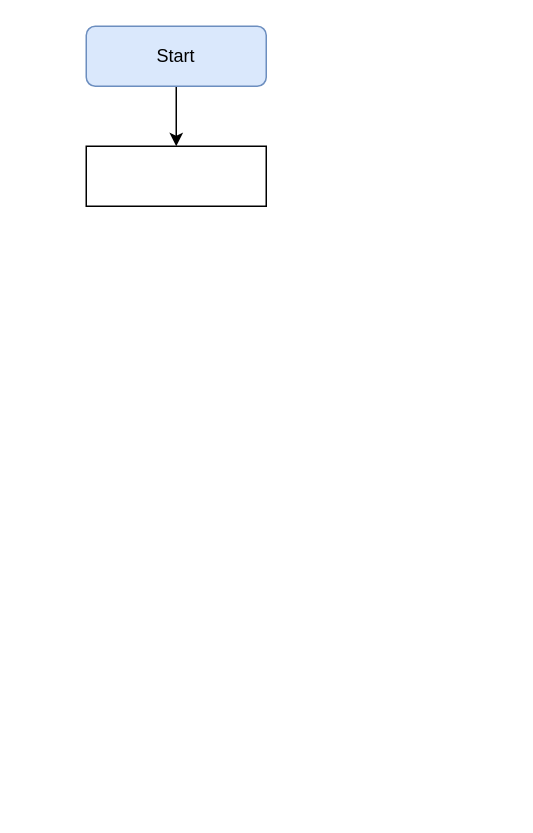
Earlier version of the draw.io diagram 기획서/차트/플로우차트/b1p2.drawio (taeseongeom/WA). Source tidied: cells renumbered, new cells numbered last; positions are measured from the earlier drawing's top-left corner, leaving out a move shared by most shapes. Both pictures are drawn from the tidied source at 150%, with x=0, y=0 at pixel (86, 26).
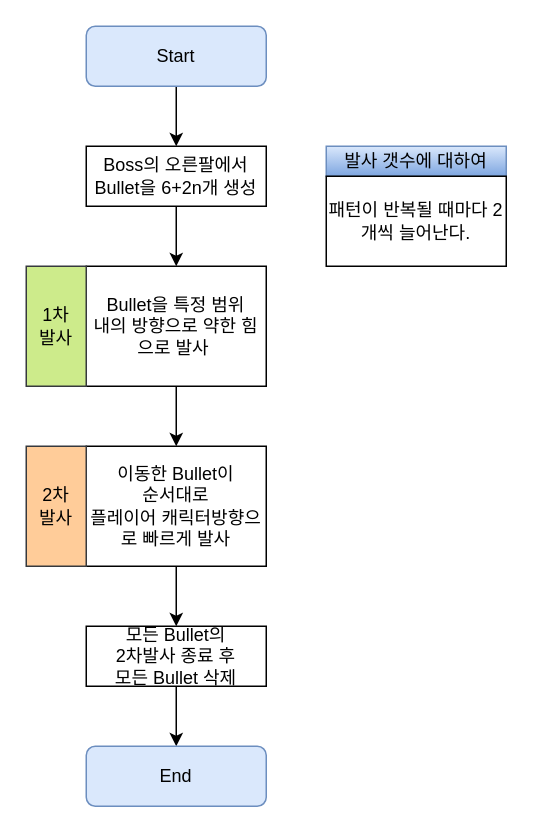
The same diagram, later.

The edit, as a diff of the source:
```diff
@@
 <mxGraphModel>
   <root>
     <mxCell id="0" />
     <mxCell id="1" parent="0" />
     <mxCell id="2" style="edgeStyle=orthogonalEdgeStyle;rounded=0;jettySize=auto;html=1;exitX=0.5;exitY=1;exitDx=0;exitDy=0;" parent="1" edge="1" source="3" target="4">
       <mxGeometry relative="1" as="geometry" />
     </mxCell>
     <mxCell id="3" value="Start" style="rounded=1;whiteSpace=wrap;html=1;fillColor=#dae8fc;strokeColor=#6c8ebf;" parent="1" vertex="1">
       <mxGeometry width="120" height="40" as="geometry" />
     </mxCell>
+    <mxCell id="5" style="edgeStyle=orthogonalEdgeStyle;rounded=0;jettySize=auto;html=1;exitX=0.5;exitY=1;exitDx=0;exitDy=0;" parent="1" edge="1" source="4" target="7">
+      <mxGeometry relative="1" as="geometry" />
+    </mxCell>
-    <mxCell id="4" value="&amp;nbsp;" style="rounded=0;whiteSpace=wrap;html=1;" parent="1" vertex="1">
+    <mxCell id="4" value="Boss의 오른팔에서&lt;br&gt;Bullet을 6+2n개 생성" style="rounded=0;whiteSpace=wrap;html=1;" parent="1" vertex="1">
       <mxGeometry y="80" width="120" height="40" as="geometry" />
     </mxCell>
+    <mxCell id="6" style="edgeStyle=orthogonalEdgeStyle;rounded=0;jettySize=auto;html=1;exitX=0.5;exitY=1;exitDx=0;exitDy=0;entryX=0.5;entryY=0;entryDx=0;entryDy=0;" parent="1" edge="1" source="7" target="9">
+      <mxGeometry relative="1" as="geometry" />
+    </mxCell>
+    <mxCell id="7" value="Bullet을 특정 범위&lt;br&gt;내의 방향으로 약한 힘으로 발사&amp;nbsp;" style="rounded=0;whiteSpace=wrap;html=1;" parent="1" vertex="1">
+      <mxGeometry y="160" width="120" height="80" as="geometry" />
+    </mxCell>
+    <mxCell id="8" style="edgeStyle=orthogonalEdgeStyle;rounded=0;jettySize=auto;html=1;exitX=0.5;exitY=1;exitDx=0;exitDy=0;" parent="1" edge="1" source="9" target="11">
+      <mxGeometry relative="1" as="geometry" />
+    </mxCell>
+    <mxCell id="9" value="이동한 Bullet이&lt;br&gt;순서대로&lt;br&gt;플레이어 캐릭터방향으로 빠르게 발사" style="rounded=0;whiteSpace=wrap;html=1;" parent="1" vertex="1">
+      <mxGeometry y="280" width="120" height="80" as="geometry" />
+    </mxCell>
+    <mxCell id="10" style="edgeStyle=orthogonalEdgeStyle;rounded=0;jettySize=auto;html=1;exitX=0.5;exitY=1;exitDx=0;exitDy=0;" parent="1" edge="1" source="11" target="12">
+      <mxGeometry relative="1" as="geometry" />
+    </mxCell>
+    <mxCell id="11" value="모든 Bullet의&lt;br&gt;2차발사 종료 후&lt;br&gt;모든 Bullet 삭제" style="rounded=0;whiteSpace=wrap;html=1;" parent="1" vertex="1">
+      <mxGeometry y="400" width="120" height="40" as="geometry" />
+    </mxCell>
+    <mxCell id="12" value="End" style="rounded=1;whiteSpace=wrap;html=1;fillColor=#dae8fc;strokeColor=#6c8ebf;" parent="1" vertex="1">
+      <mxGeometry y="480" width="120" height="40" as="geometry" />
+    </mxCell>
+    <mxCell id="13" value="1차&lt;br&gt;발사" style="rounded=0;whiteSpace=wrap;html=1;fillColor=#cdeb8b;strokeColor=#36393d;" parent="1" vertex="1">
+      <mxGeometry x="-40" y="160" width="40" height="80" as="geometry" />
+    </mxCell>
+    <mxCell id="14" value="2차&lt;br&gt;발사" style="rounded=0;whiteSpace=wrap;html=1;fillColor=#ffcc99;strokeColor=#36393d;" parent="1" vertex="1">
+      <mxGeometry x="-40" y="280" width="40" height="80" as="geometry" />
+    </mxCell>
+    <mxCell id="15" value="발사 갯수에 대하여" style="rounded=0;whiteSpace=wrap;html=1;fillColor=#dae8fc;strokeColor=#6c8ebf;gradientColor=#7ea6e0;" parent="1" vertex="1">
+      <mxGeometry x="160" y="80" width="120" height="20" as="geometry" />
+    </mxCell>
+    <mxCell id="16" value="패턴이 반복될 때마다 2개씩 늘어난다." style="rounded=0;whiteSpace=wrap;html=1;" parent="1" vertex="1">
+      <mxGeometry x="160" y="100" width="120" height="60" as="geometry" />
+    </mxCell>
   </root>
 </mxGraphModel>
```
